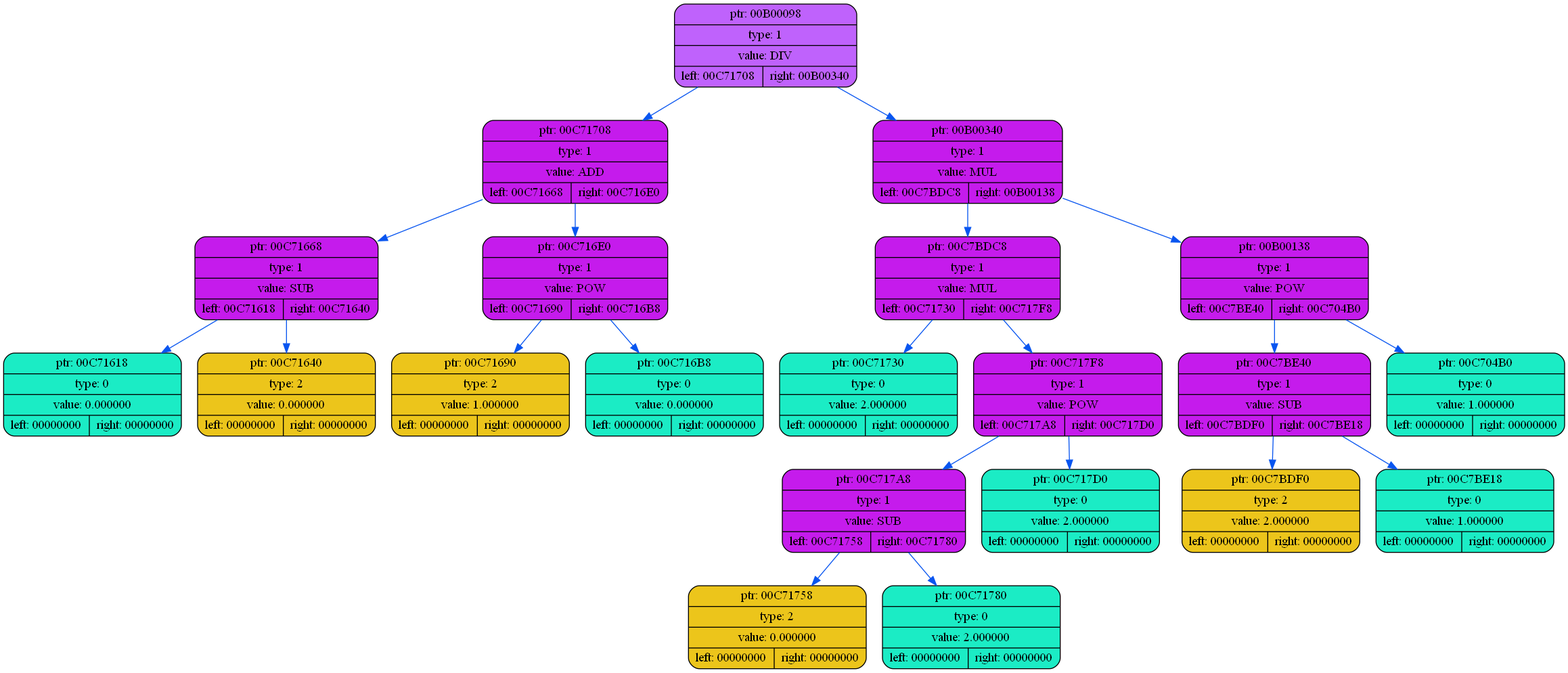
The Graphviz diagram dump/dump1.png in coffee8cat/differentiator, before a commit. Its source is kept beside it as dump/dump1.dot.
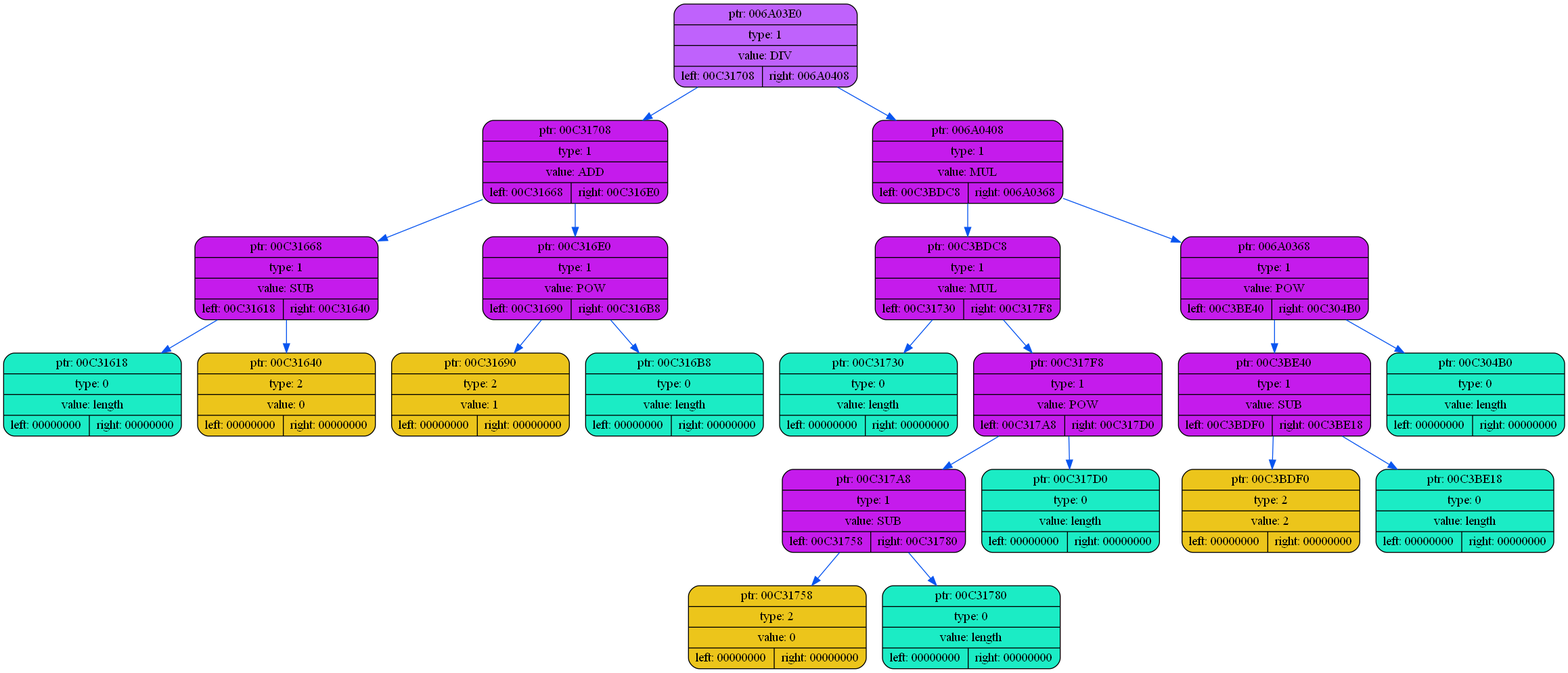
Above is the later version.

Change to the diagram source:
```diff
@@ -2,45 +2,45 @@
 {
     rankdir=TP
 
-        node00B00098[shape=record,style="rounded,filled",fillcolor="#BF62FC",label="{ ptr: 00B00098 | type: 1 | value: DIV| { left: 00C71708 | right: 00B00340 }}"];
-    node00B00098 -> node00C71708[color="#0855F0"]
-    node00C71708[shape=record,style="rounded,filled",fillcolor="#C51BEC",label="{ ptr: 00C71708 | type: 1 | value: ADD| { left: 00C71668 | right: 00C716E0 }}"];
-    node00C71708 -> node00C71668[color="#0855F0"]
-    node00C71668[shape=record,style="rounded,filled",fillcolor="#C51BEC",label="{ ptr: 00C71668 | type: 1 | value: SUB| { left: 00C71618 | right: 00C71640 }}"];
-    node00C71668 -> node00C71618[color="#0855F0"]
-    node00C71618[shape=record,style="rounded,filled",fillcolor="#1BECC5",label="{ ptr: 00C71618 | type: 0 | value: 0.000000| { left: 00000000 | right: 00000000 }}"];
-    node00C71668 -> node00C71640[color="#0855F0"]
-    node00C71640[shape=record,style="rounded,filled",fillcolor="#ECC51B",label="{ ptr: 00C71640 | type: 2 | value: 0.000000| { left: 00000000 | right: 00000000 }}"];
-    node00C71708 -> node00C716E0[color="#0855F0"]
-    node00C716E0[shape=record,style="rounded,filled",fillcolor="#C51BEC",label="{ ptr: 00C716E0 | type: 1 | value: POW| { left: 00C71690 | right: 00C716B8 }}"];
-    node00C716E0 -> node00C71690[color="#0855F0"]
-    node00C71690[shape=record,style="rounded,filled",fillcolor="#ECC51B",label="{ ptr: 00C71690 | type: 2 | value: 1.000000| { left: 00000000 | right: 00000000 }}"];
-    node00C716E0 -> node00C716B8[color="#0855F0"]
-    node00C716B8[shape=record,style="rounded,filled",fillcolor="#1BECC5",label="{ ptr: 00C716B8 | type: 0 | value: 0.000000| { left: 00000000 | right: 00000000 }}"];
-    node00B00098 -> node00B00340[color="#0855F0"]
-    node00B00340[shape=record,style="rounded,filled",fillcolor="#C51BEC",label="{ ptr: 00B00340 | type: 1 | value: MUL| { left: 00C7BDC8 | right: 00B00138 }}"];
-    node00B00340 -> node00C7BDC8[color="#0855F0"]
-    node00C7BDC8[shape=record,style="rounded,filled",fillcolor="#C51BEC",label="{ ptr: 00C7BDC8 | type: 1 | value: MUL| { left: 00C71730 | right: 00C717F8 }}"];
-    node00C7BDC8 -> node00C71730[color="#0855F0"]
-    node00C71730[shape=record,style="rounded,filled",fillcolor="#1BECC5",label="{ ptr: 00C71730 | type: 0 | value: 2.000000| { left: 00000000 | right: 00000000 }}"];
-    node00C7BDC8 -> node00C717F8[color="#0855F0"]
-    node00C717F8[shape=record,style="rounded,filled",fillcolor="#C51BEC",label="{ ptr: 00C717F8 | type: 1 | value: POW| { left: 00C717A8 | right: 00C717D0 }}"];
-    node00C717F8 -> node00C717A8[color="#0855F0"]
-    node00C717A8[shape=record,style="rounded,filled",fillcolor="#C51BEC",label="{ ptr: 00C717A8 | type: 1 | value: SUB| { left: 00C71758 | right: 00C71780 }}"];
-    node00C717A8 -> node00C71758[color="#0855F0"]
-    node00C71758[shape=record,style="rounded,filled",fillcolor="#ECC51B",label="{ ptr: 00C71758 | type: 2 | value: 0.000000| { left: 00000000 | right: 00000000 }}"];
-    node00C717A8 -> node00C71780[color="#0855F0"]
-    node00C71780[shape=record,style="rounded,filled",fillcolor="#1BECC5",label="{ ptr: 00C71780 | type: 0 | value: 2.000000| { left: 00000000 | right: 00000000 }}"];
-    node00C717F8 -> node00C717D0[color="#0855F0"]
-    node00C717D0[shape=record,style="rounded,filled",fillcolor="#1BECC5",label="{ ptr: 00C717D0 | type: 0 | value: 2.000000| { left: 00000000 | right: 00000000 }}"];
-    node00B00340 -> node00B00138[color="#0855F0"]
-    node00B00138[shape=record,style="rounded,filled",fillcolor="#C51BEC",label="{ ptr: 00B00138 | type: 1 | value: POW| { left: 00C7BE40 | right: 00C704B0 }}"];
-    node00B00138 -> node00C7BE40[color="#0855F0"]
-    node00C7BE40[shape=record,style="rounded,filled",fillcolor="#C51BEC",label="{ ptr: 00C7BE40 | type: 1 | value: SUB| { left: 00C7BDF0 | right: 00C7BE18 }}"];
-    node00C7BE40 -> node00C7BDF0[color="#0855F0"]
-    node00C7BDF0[shape=record,style="rounded,filled",fillcolor="#ECC51B",label="{ ptr: 00C7BDF0 | type: 2 | value: 2.000000| { left: 00000000 | right: 00000000 }}"];
-    node00C7BE40 -> node00C7BE18[color="#0855F0"]
-    node00C7BE18[shape=record,style="rounded,filled",fillcolor="#1BECC5",label="{ ptr: 00C7BE18 | type: 0 | value: 1.000000| { left: 00000000 | right: 00000000 }}"];
-    node00B00138 -> node00C704B0[color="#0855F0"]
-    node00C704B0[shape=record,style="rounded,filled",fillcolor="#1BECC5",label="{ ptr: 00C704B0 | type: 0 | value: 1.000000| { left: 00000000 | right: 00000000 }}"];
+        node006A03E0[shape=record,style="rounded,filled",fillcolor="#BF62FC",label="{ ptr: 006A03E0 | type: 1 | value: DIV| { left: 00C31708 | right: 006A0408 }}"];
+    node006A03E0 -> node00C31708[color="#0855F0"]
+    node00C31708[shape=record,style="rounded,filled",fillcolor="#C51BEC",label="{ ptr: 00C31708 | type: 1 | value: ADD| { left: 00C31668 | right: 00C316E0 }}"];
+    node00C31708 -> node00C31668[color="#0855F0"]
+    node00C31668[shape=record,style="rounded,filled",fillcolor="#C51BEC",label="{ ptr: 00C31668 | type: 1 | value: SUB| { left: 00C31618 | right: 00C31640 }}"];
+    node00C31668 -> node00C31618[color="#0855F0"]
+    node00C31618[shape=record,style="rounded,filled",fillcolor="#1BECC5",label="{ ptr: 00C31618 | type: 0 | value: length| { left: 00000000 | right: 00000000 }}"];
+    node00C31668 -> node00C31640[color="#0855F0"]
+    node00C31640[shape=record,style="rounded,filled",fillcolor="#ECC51B",label="{ ptr: 00C31640 | type: 2 | value: 0| { left: 00000000 | right: 00000000 }}"];
+    node00C31708 -> node00C316E0[color="#0855F0"]
+    node00C316E0[shape=record,style="rounded,filled",fillcolor="#C51BEC",label="{ ptr: 00C316E0 | type: 1 | value: POW| { left: 00C31690 | right: 00C316B8 }}"];
+    node00C316E0 -> node00C31690[color="#0855F0"]
+    node00C31690[shape=record,style="rounded,filled",fillcolor="#ECC51B",label="{ ptr: 00C31690 | type: 2 | value: 1| { left: 00000000 | right: 00000000 }}"];
+    node00C316E0 -> node00C316B8[color="#0855F0"]
+    node00C316B8[shape=record,style="rounded,filled",fillcolor="#1BECC5",label="{ ptr: 00C316B8 | type: 0 | value: length| { left: 00000000 | right: 00000000 }}"];
+    node006A03E0 -> node006A0408[color="#0855F0"]
+    node006A0408[shape=record,style="rounded,filled",fillcolor="#C51BEC",label="{ ptr: 006A0408 | type: 1 | value: MUL| { left: 00C3BDC8 | right: 006A0368 }}"];
+    node006A0408 -> node00C3BDC8[color="#0855F0"]
+    node00C3BDC8[shape=record,style="rounded,filled",fillcolor="#C51BEC",label="{ ptr: 00C3BDC8 | type: 1 | value: MUL| { left: 00C31730 | right: 00C317F8 }}"];
+    node00C3BDC8 -> node00C31730[color="#0855F0"]
+    node00C31730[shape=record,style="rounded,filled",fillcolor="#1BECC5",label="{ ptr: 00C31730 | type: 0 | value: length| { left: 00000000 | right: 00000000 }}"];
+    node00C3BDC8 -> node00C317F8[color="#0855F0"]
+    node00C317F8[shape=record,style="rounded,filled",fillcolor="#C51BEC",label="{ ptr: 00C317F8 | type: 1 | value: POW| { left: 00C317A8 | right: 00C317D0 }}"];
+    node00C317F8 -> node00C317A8[color="#0855F0"]
+    node00C317A8[shape=record,style="rounded,filled",fillcolor="#C51BEC",label="{ ptr: 00C317A8 | type: 1 | value: SUB| { left: 00C31758 | right: 00C31780 }}"];
+    node00C317A8 -> node00C31758[color="#0855F0"]
+    node00C31758[shape=record,style="rounded,filled",fillcolor="#ECC51B",label="{ ptr: 00C31758 | type: 2 | value: 0| { left: 00000000 | right: 00000000 }}"];
+    node00C317A8 -> node00C31780[color="#0855F0"]
+    node00C31780[shape=record,style="rounded,filled",fillcolor="#1BECC5",label="{ ptr: 00C31780 | type: 0 | value: length| { left: 00000000 | right: 00000000 }}"];
+    node00C317F8 -> node00C317D0[color="#0855F0"]
+    node00C317D0[shape=record,style="rounded,filled",fillcolor="#1BECC5",label="{ ptr: 00C317D0 | type: 0 | value: length| { left: 00000000 | right: 00000000 }}"];
+    node006A0408 -> node006A0368[color="#0855F0"]
+    node006A0368[shape=record,style="rounded,filled",fillcolor="#C51BEC",label="{ ptr: 006A0368 | type: 1 | value: POW| { left: 00C3BE40 | right: 00C304B0 }}"];
+    node006A0368 -> node00C3BE40[color="#0855F0"]
+    node00C3BE40[shape=record,style="rounded,filled",fillcolor="#C51BEC",label="{ ptr: 00C3BE40 | type: 1 | value: SUB| { left: 00C3BDF0 | right: 00C3BE18 }}"];
+    node00C3BE40 -> node00C3BDF0[color="#0855F0"]
+    node00C3BDF0[shape=record,style="rounded,filled",fillcolor="#ECC51B",label="{ ptr: 00C3BDF0 | type: 2 | value: 2| { left: 00000000 | right: 00000000 }}"];
+    node00C3BE40 -> node00C3BE18[color="#0855F0"]
+    node00C3BE18[shape=record,style="rounded,filled",fillcolor="#1BECC5",label="{ ptr: 00C3BE18 | type: 0 | value: length| { left: 00000000 | right: 00000000 }}"];
+    node006A0368 -> node00C304B0[color="#0855F0"]
+    node00C304B0[shape=record,style="rounded,filled",fillcolor="#1BECC5",label="{ ptr: 00C304B0 | type: 0 | value: length| { left: 00000000 | right: 00000000 }}"];
 }
```
